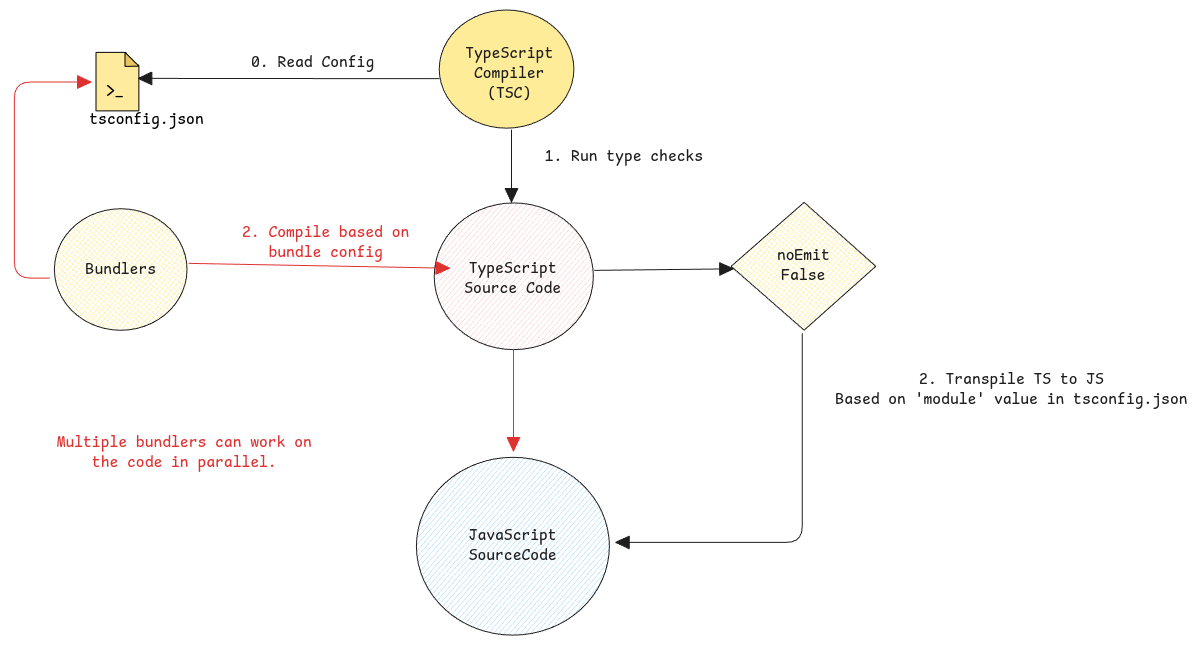
Above: static/img/ts-compile.excalidraw.png in swaroopar/inprogress-engineer (Excalidraw), before the change. Source tidied: one line per element, renumbered; positions are measured from the earlier drawing's top-left corner, leaving out a move shared by most shapes.
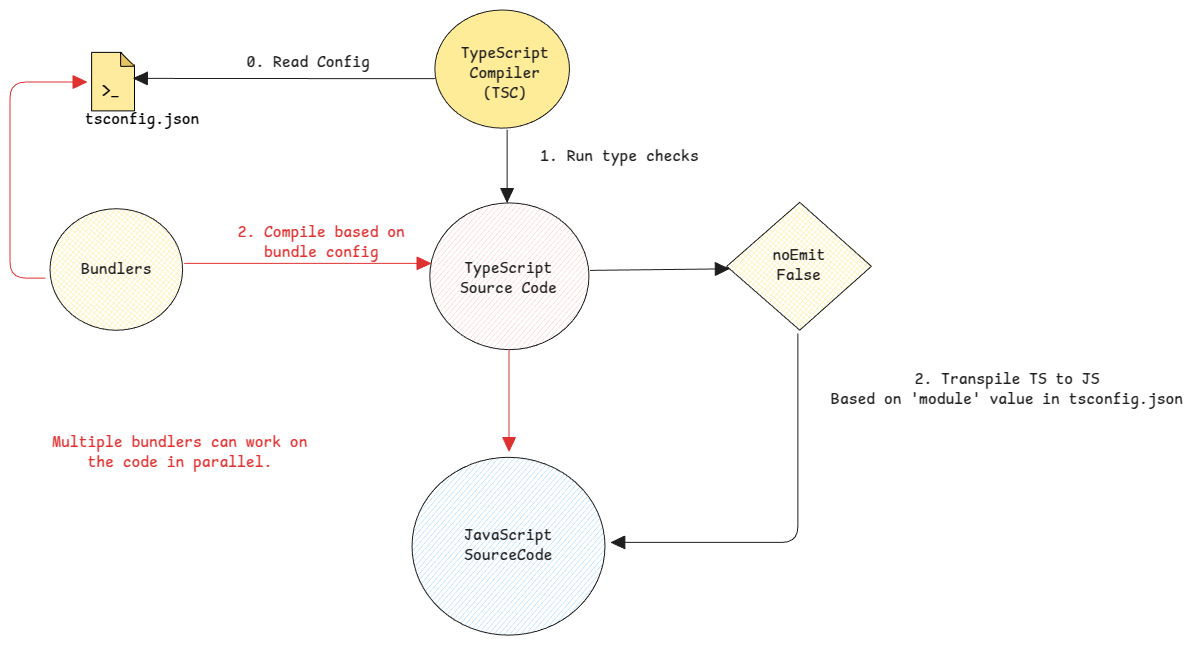
After the commit.

Change to the diagram source:
```diff
@@ -20,7 +20,7 @@
 {"id": 19, "type": "arrow", "strokeColor": "#1e1e1e", "backgroundColor": "#ffec99", "fillStyle": "cross-hatch", "strokeWidth": 1, "roughness": 0, "endArrowhead": "triangle", "from": 16, "to": 7, "x": 788, "y": 324, "width": 187, "height": 209, "points": [[0, 0], [0, 209], [-187, 209]]}
 {"id": 20, "type": "ellipse", "strokeColor": "#1e1e1e", "backgroundColor": "#ffec99", "fillStyle": "cross-hatch", "strokeWidth": 1, "roughness": 0, "round": true, "x": 40, "y": 199, "width": 133, "height": 122}
 {"id": 21, "type": "text", "text": "Bundlers", "strokeColor": "#1e1e1e", "backgroundColor": "#ffec99", "fillStyle": "cross-hatch", "strokeWidth": 2, "roughness": 1, "fontSize": 16, "fontFamily": 8, "textAlign": "center", "verticalAlign": "middle", "inside": 20, "x": 71, "y": 250, "width": 70, "height": 20}
-{"id": 22, "type": "arrow", "strokeColor": "#e03131", "backgroundColor": "#ffec99", "fillStyle": "cross-hatch", "strokeWidth": 1, "roughness": 0, "endArrowhead": "triangle", "round": true, "from": 20, "to": 2, "x": 174, "y": 253, "width": 261, "height": 5, "points": [[0, 0], [261, 5]]}
+{"id": 22, "type": "arrow", "strokeColor": "#e03131", "backgroundColor": "#ffec99", "fillStyle": "cross-hatch", "strokeWidth": 1, "roughness": 0, "endArrowhead": "triangle", "round": true, "from": 20, "x": 174, "y": 253, "width": 246, "height": 0, "points": [[0, 0], [246, 0]]}
 {"id": 23, "type": "arrow", "strokeColor": "#e03131", "backgroundColor": "#ffec99", "fillStyle": "cross-hatch", "strokeWidth": 1, "roughness": 0, "endArrowhead": "triangle", "round": true, "from": 1, "x": 499, "y": 340, "width": 0, "height": 102, "points": [[0, 0], [0, 102]]}
 {"id": 24, "type": "text", "text": "2. Compile based on\nbundle config", "strokeColor": "#e03131", "backgroundColor": "#ffec99", "fillStyle": "cross-hatch", "strokeWidth": 1, "roughness": 0, "fontSize": 16, "fontFamily": 8, "textAlign": "center", "x": 228, "y": 213, "width": 167, "height": 40}
 {"id": 25, "type": "text", "text": "Multiple bundlers can work on \nthe code in parallel. ", "strokeColor": "#e03131", "backgroundColor": "#ffec99", "fillStyle": "cross-hatch", "strokeWidth": 1, "roughness": 0, "fontSize": 16, "fontFamily": 8, "textAlign": "center", "x": 42, "y": 423, "width": 264, "height": 40}
```
